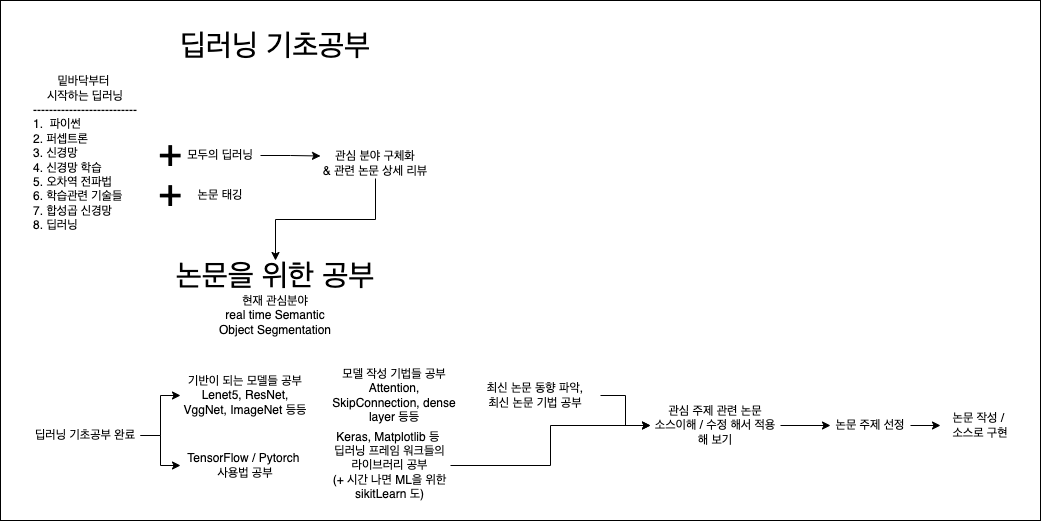
jeahun10717/DL_paper_review keeps this draw.io diagram as img/img_loadmap1.png. Above is the earlier version. Source tidied: cells renumbered, new cells last; positions are measured from the earlier drawing's top-left corner, leaving out a move shared by most shapes.
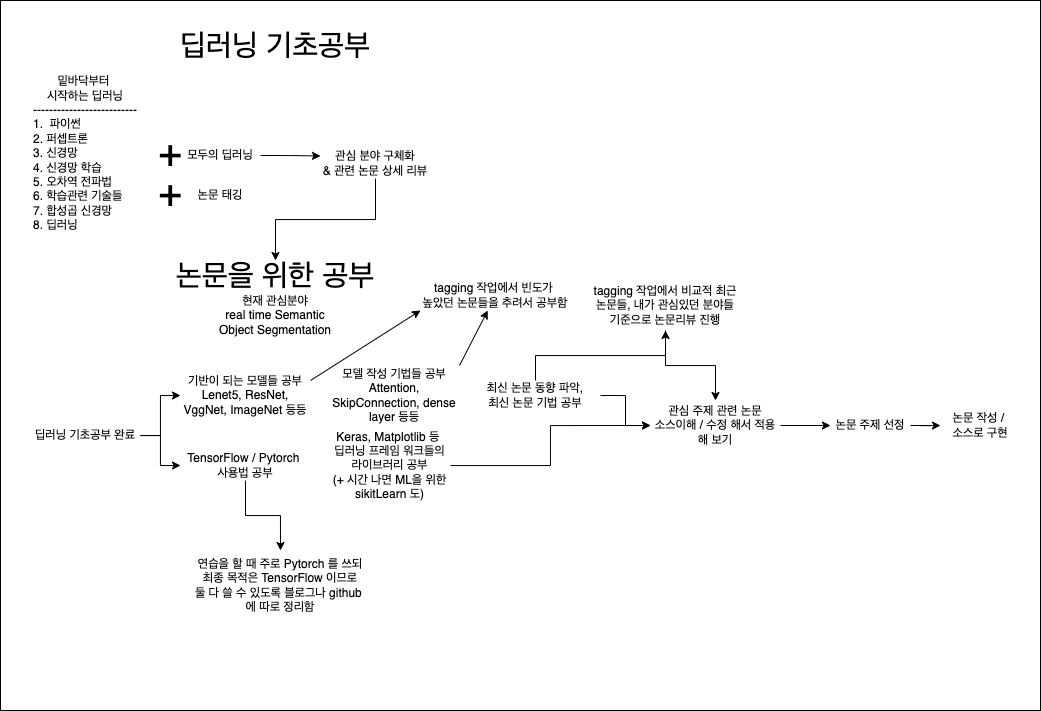
After the commit.

What changed in the source:
```diff
@@ -3,7 +3,7 @@
     <mxCell id="0" />
     <mxCell id="1" parent="0" />
     <mxCell id="2" style="rounded=0;whiteSpace=wrap;html=1;" parent="1" vertex="1">
-      <mxGeometry width="1040" height="520" as="geometry" />
+      <mxGeometry width="1040" height="710" as="geometry" />
     </mxCell>
     <mxCell id="3" value="밑바닥부터 &lt;br&gt;시작하는 딥러닝&lt;br&gt;--------------------------&lt;br&gt;&lt;div style=&quot;text-align: left;&quot;&gt;&lt;span style=&quot;background-color: initial;&quot;&gt;1.&amp;nbsp; 파이썬&lt;/span&gt;&lt;/div&gt;&lt;div style=&quot;text-align: left;&quot;&gt;&lt;span style=&quot;background-color: initial;&quot;&gt;2. 퍼셉트론&lt;/span&gt;&lt;/div&gt;&lt;div style=&quot;text-align: left;&quot;&gt;&lt;span style=&quot;background-color: initial;&quot;&gt;3. 신경망&lt;/span&gt;&lt;/div&gt;&lt;div style=&quot;text-align: left;&quot;&gt;&lt;span style=&quot;background-color: initial;&quot;&gt;4. 신경망 학습&lt;/span&gt;&lt;/div&gt;&lt;div style=&quot;text-align: left;&quot;&gt;&lt;span style=&quot;background-color: initial;&quot;&gt;5. 오차역 전파법&lt;/span&gt;&lt;/div&gt;&lt;div style=&quot;text-align: left;&quot;&gt;&lt;span style=&quot;background-color: initial;&quot;&gt;6. 학습관련 기술들&lt;/span&gt;&lt;/div&gt;&lt;div style=&quot;text-align: left;&quot;&gt;&lt;span style=&quot;background-color: initial;&quot;&gt;7. 합성곱 신경망&lt;/span&gt;&lt;/div&gt;&lt;div style=&quot;text-align: left;&quot;&gt;&lt;span style=&quot;background-color: initial;&quot;&gt;8. 딥러닝&lt;/span&gt;&lt;/div&gt;&lt;div style=&quot;text-align: left;&quot;&gt;&lt;span style=&quot;background-color: initial;&quot;&gt;&lt;br&gt;&lt;/span&gt;&lt;/div&gt;" style="text;html=1;strokeColor=none;fillColor=none;align=center;verticalAlign=middle;whiteSpace=wrap;rounded=0;" parent="1" vertex="1">
       <mxGeometry x="20" y="70" width="130" height="180" as="geometry" />
@@ -51,14 +51,20 @@
       <mxGeometry x="180" y="380" width="130" height="30" as="geometry" />
     </mxCell>
     <mxCell id="18" value="모델 작성 기법들 공부&lt;br&gt;Attention, SkipConnection, dense layer 등등" style="text;html=1;strokeColor=none;fillColor=none;align=center;verticalAlign=middle;whiteSpace=wrap;rounded=0;" parent="1" vertex="1">
-      <mxGeometry x="328.5" y="380" width="130" height="30" as="geometry" />
+      <mxGeometry x="329" y="365" width="130" height="60" as="geometry" />
     </mxCell>
     <mxCell id="19" style="edgeStyle=orthogonalEdgeStyle;rounded=0;jettySize=auto;html=1;exitX=1;exitY=0.5;exitDx=0;exitDy=0;entryX=0;entryY=0.5;entryDx=0;entryDy=0;" parent="1" edge="1" source="20" target="25">
       <mxGeometry relative="1" as="geometry" />
     </mxCell>
+    <mxCell id="29" style="edgeStyle=orthogonalEdgeStyle;rounded=0;jettySize=auto;html=1;entryX=0.5;entryY=1;entryDx=0;entryDy=0;" parent="1" edge="1" source="20" target="36">
+      <mxGeometry relative="1" as="geometry" />
+    </mxCell>
     <mxCell id="20" value="최신 논문 동향 파악,&lt;br&gt;최신 논문 기법 공부" style="text;html=1;strokeColor=none;fillColor=none;align=center;verticalAlign=middle;whiteSpace=wrap;rounded=0;" parent="1" vertex="1">
       <mxGeometry x="470" y="380" width="130" height="30" as="geometry" />
     </mxCell>
+    <mxCell id="30" style="edgeStyle=orthogonalEdgeStyle;rounded=0;jettySize=auto;html=1;exitX=0.5;exitY=1;exitDx=0;exitDy=0;entryX=0.5;entryY=0;entryDx=0;entryDy=0;" parent="1" edge="1" source="21" target="34">
+      <mxGeometry relative="1" as="geometry" />
+    </mxCell>
     <mxCell id="21" value="TensorFlow / Pytorch &lt;br&gt;사용법 공부" style="text;html=1;strokeColor=none;fillColor=none;align=center;verticalAlign=middle;whiteSpace=wrap;rounded=0;" parent="1" vertex="1">
       <mxGeometry x="180" y="450" width="130" height="30" as="geometry" />
     </mxCell>
@@ -72,7 +78,7 @@
       <mxGeometry relative="1" as="geometry" />
     </mxCell>
     <mxCell id="25" value="관심 주제 관련 논문&lt;br&gt;소스이해 / 수정 해서 적용해 보기" style="text;html=1;strokeColor=none;fillColor=none;align=center;verticalAlign=middle;whiteSpace=wrap;rounded=0;" parent="1" vertex="1">
-      <mxGeometry x="650" y="410" width="130" height="30" as="geometry" />
+      <mxGeometry x="650" y="400" width="130" height="50" as="geometry" />
     </mxCell>
     <mxCell id="26" style="edgeStyle=orthogonalEdgeStyle;rounded=0;jettySize=auto;html=1;exitX=1;exitY=0.5;exitDx=0;exitDy=0;" parent="1" edge="1" source="27" target="28">
       <mxGeometry relative="1" as="geometry" />
@@ -83,5 +89,23 @@
     <mxCell id="28" value="논문 작성 / &lt;br&gt;소스로 구현" style="text;html=1;strokeColor=none;fillColor=none;align=center;verticalAlign=middle;whiteSpace=wrap;rounded=0;" parent="1" vertex="1">
       <mxGeometry x="940" y="410" width="80" height="30" as="geometry" />
     </mxCell>
+    <mxCell id="31" value="tagging 작업에서 빈도가 &lt;br&gt;높았던 논문들을 추려서 공부함" style="text;html=1;strokeColor=none;fillColor=none;align=center;verticalAlign=middle;whiteSpace=wrap;rounded=0;" parent="1" vertex="1">
+      <mxGeometry x="420" y="280" width="150" height="30" as="geometry" />
+    </mxCell>
+    <mxCell id="32" style="endArrow=classic;html=1;rounded=0;exitX=1;exitY=0;exitDx=0;exitDy=0;entryX=0;entryY=1;entryDx=0;entryDy=0;" parent="1" edge="1" source="17" target="31">
+      <mxGeometry relative="1" as="geometry" />
+    </mxCell>
+    <mxCell id="33" style="endArrow=classic;html=1;rounded=0;exitX=1;exitY=0;exitDx=0;exitDy=0;" parent="1" edge="1" source="18" target="31">
+      <mxGeometry relative="1" as="geometry" />
+    </mxCell>
+    <mxCell id="34" value="연습을 할 때 주로 Pytorch 를 쓰되&lt;br&gt;&amp;nbsp;최종 목적은 TensorFlow 이므로 &lt;br&gt;둘 다 쓸 수 있도록 블로그나 github &lt;br&gt;에 따로 정리함" style="text;html=1;strokeColor=none;fillColor=none;align=center;verticalAlign=middle;whiteSpace=wrap;rounded=0;" parent="1" vertex="1">
+      <mxGeometry x="180" y="550" width="200" height="70" as="geometry" />
+    </mxCell>
+    <mxCell id="35" style="edgeStyle=orthogonalEdgeStyle;rounded=0;jettySize=auto;html=1;exitX=0.5;exitY=1;exitDx=0;exitDy=0;entryX=0.5;entryY=0;entryDx=0;entryDy=0;" parent="1" edge="1" source="36" target="25">
+      <mxGeometry relative="1" as="geometry" />
+    </mxCell>
+    <mxCell id="36" value="tagging 작업에서 비교적 최근논문들, 내가 관심있던 분야들 기준으로 논문리뷰 진행" style="text;html=1;strokeColor=none;fillColor=none;align=center;verticalAlign=middle;whiteSpace=wrap;rounded=0;" parent="1" vertex="1">
+      <mxGeometry x="590" y="280" width="150" height="50" as="geometry" />
+    </mxCell>
   </root>
 </mxGraphModel>
```
